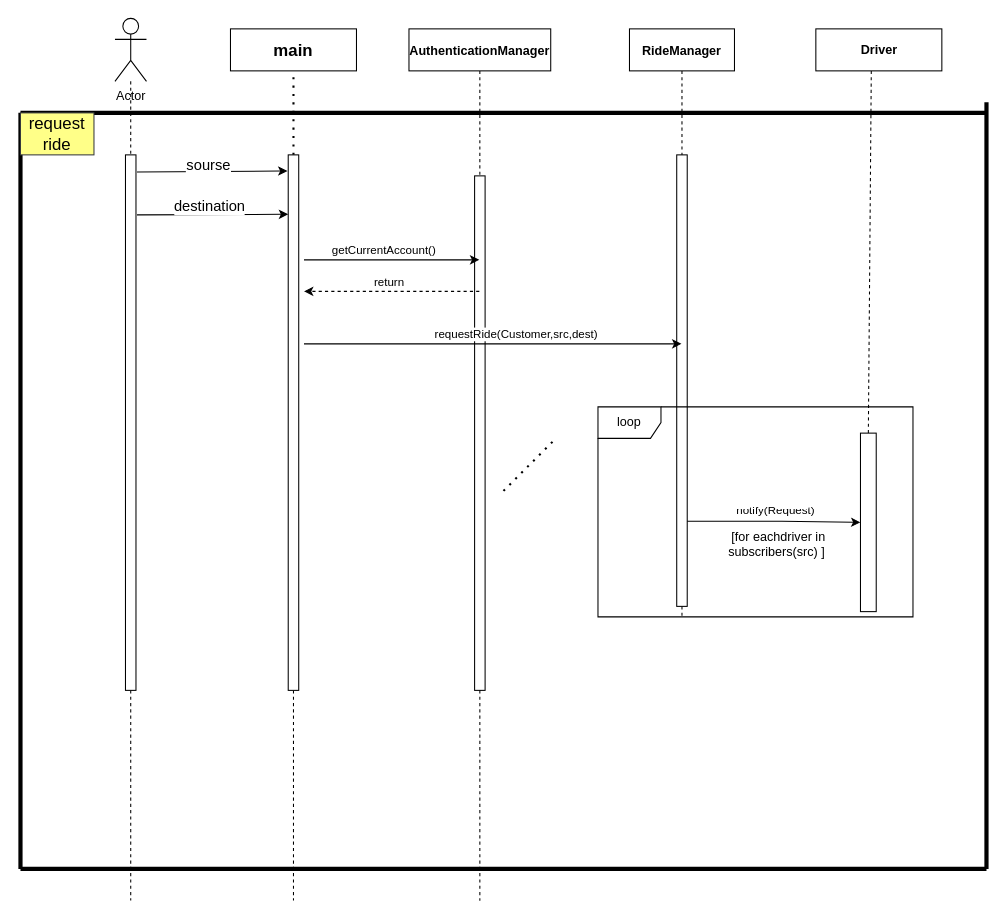
KareemMAX/CarApp keeps this draw.io diagram as diagrams/requestRide.drawio. Above is the earlier version. Source tidied: cells renumbered, new cells numbered last; positions are measured from the earlier drawing's top-left corner, leaving out a move shared by most shapes. Both pictures are drawn from the tidied source at 105%, with x=0, y=0 at pixel (20, 18).
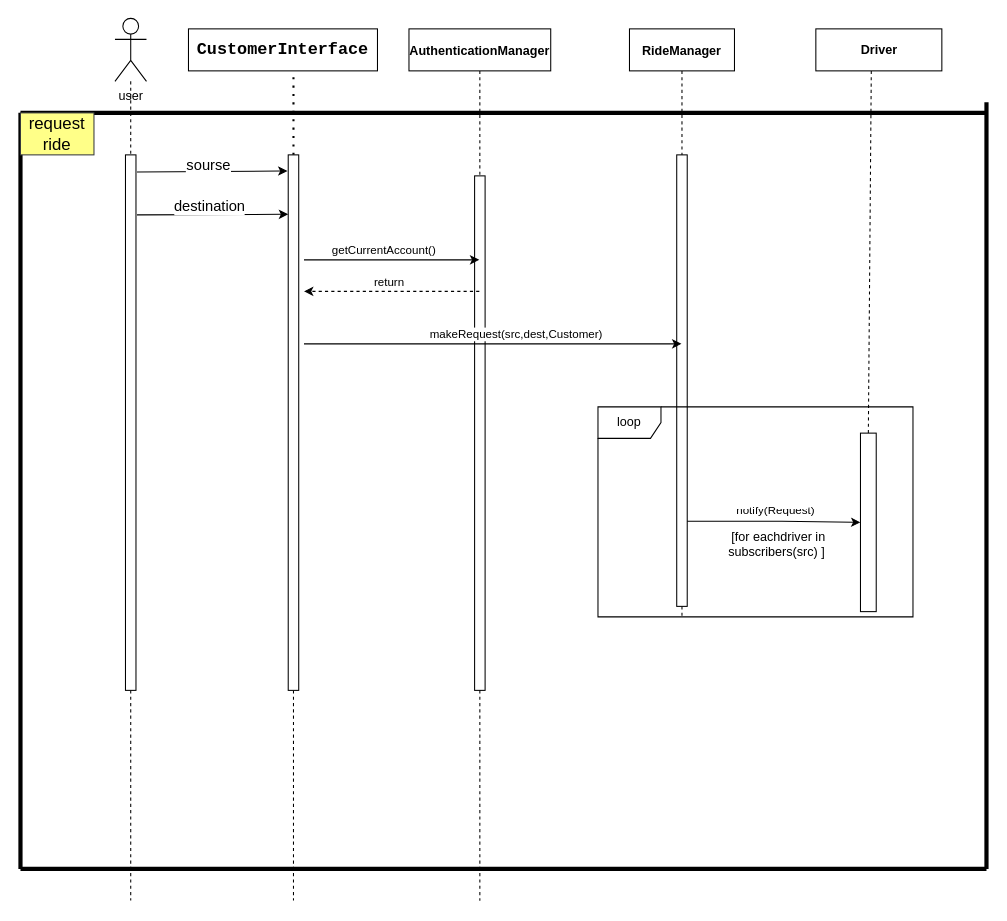
Above is the later version.

Commit message (it also covers changes not shown here):
added sequence diagrams

The change refers to these unchanged cells:
```xml
<mxCell id="27" style="endArrow=classic;html=1;rounded=0;" parent="1" edge="1" target="4">
  <mxGeometry relative="1" as="geometry">
    <mxPoint x="270" y="310" as="sourcePoint" />
  </mxGeometry>
</mxCell>
```

Diff of the diagram source:
```diff
@@
-    <mxCell id="7" value="Actor" style="shape=umlActor;verticalLabelPosition=bottom;verticalAlign=top;html=1;outlineConnect=0;fillColor=none;" parent="1" vertex="1">
+    <mxCell id="7" value="user" style="shape=umlActor;verticalLabelPosition=bottom;verticalAlign=top;html=1;outlineConnect=0;fillColor=none;" parent="1" vertex="1">
       <mxGeometry x="90" width="30" height="60" as="geometry" />
     </mxCell>
@@
-    <mxCell id="15" value="&lt;b&gt;main&lt;/b&gt;" style="rounded=0;whiteSpace=wrap;html=1;fontSize=16;fillColor=none;" parent="1" vertex="1">
-      <mxGeometry x="200" y="10" width="120" height="40" as="geometry" />
-    </mxCell>
-    <mxCell id="16" style="endArrow=none;dashed=1;html=1;dashPattern=1 3;strokeWidth=2;rounded=0;fontSize=16;entryX=0.5;entryY=1;entryDx=0;entryDy=0;" parent="1" edge="1" target="15">
+    <mxCell id="16" style="endArrow=none;dashed=1;html=1;dashPattern=1 3;strokeWidth=2;rounded=0;fontSize=16;entryX=0.5;entryY=1;entryDx=0;entryDy=0;" parent="1" edge="1">
       <mxGeometry relative="1" as="geometry">
         <mxPoint x="260" y="130" as="sourcePoint" />
+        <mxPoint x="260" y="50" as="targetPoint" />
       </mxGeometry>
     </mxCell>
@@
-    <mxCell id="28" value="requestRide(Customer,src,dest)" style="edgeLabel;html=1;align=center;verticalAlign=middle;" parent="27" vertex="1">
+    <mxCell id="28" value="makeRequest(src,dest,Customer)" style="edgeLabel;html=1;align=center;verticalAlign=middle;" parent="27" vertex="1">
       <mxGeometry x="0.12" y="-3" relative="1" as="geometry">
         <mxPoint y="-13" as="offset" />
       </mxGeometry>
     </mxCell>
@@
-    <mxCell id="36" style="endArrow=none;dashed=1;html=1;dashPattern=1 3;strokeWidth=2;rounded=0;" parent="1" edge="1">
-      <mxGeometry relative="1" as="geometry">
-        <mxPoint x="460" y="450" as="sourcePoint" />
-        <mxPoint x="510" y="400" as="targetPoint" />
-      </mxGeometry>
-    </mxCell>
@@
+    <mxCell id="38" value="&lt;pre style=&quot;font-family: &amp;#34;jetbrains mono&amp;#34; , monospace ; font-size: 12pt&quot;&gt;&lt;b&gt;CustomerInterface&lt;/b&gt;&lt;/pre&gt;" style="rounded=0;whiteSpace=wrap;html=1;fontSize=16;fillColor=none;" parent="1" vertex="1">
+      <mxGeometry x="160" y="10" width="180" height="40" as="geometry" />
+    </mxCell>
```
